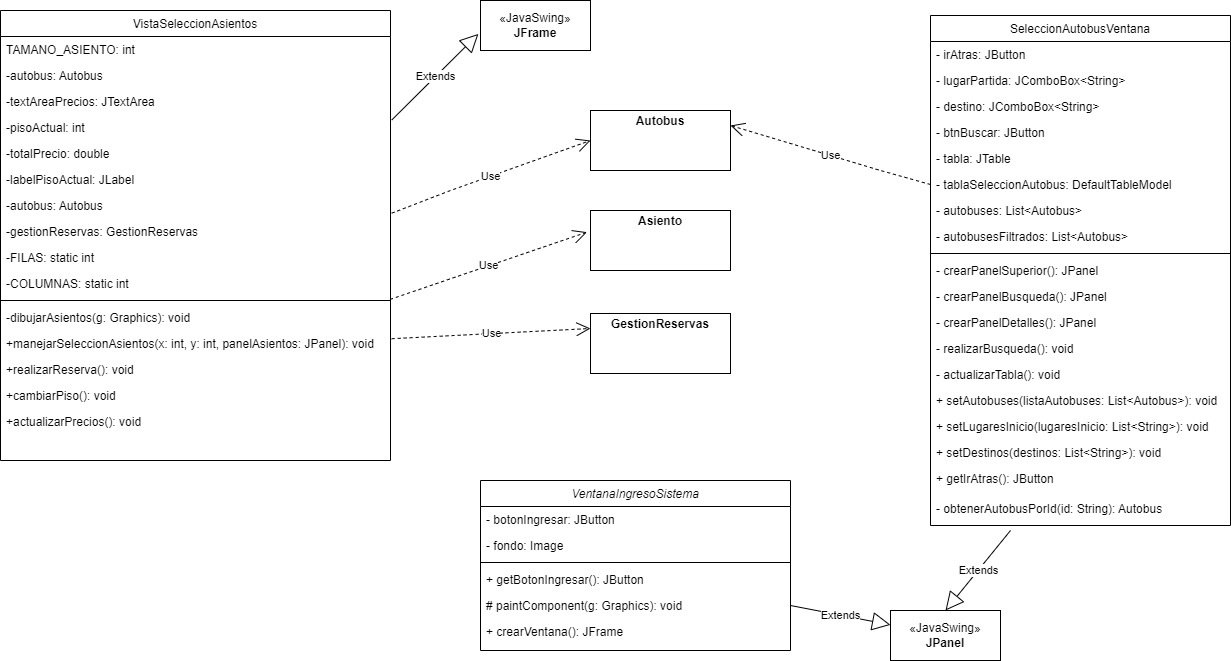
This is Diagrama_Vista.drawio.png from joflores02/proyectoFinalP2, a draw.io export, as it was before one commit. Source tidied: cells renumbered, new cells last; positions are measured from the earlier drawing's top-left corner, leaving out a move shared by most shapes.
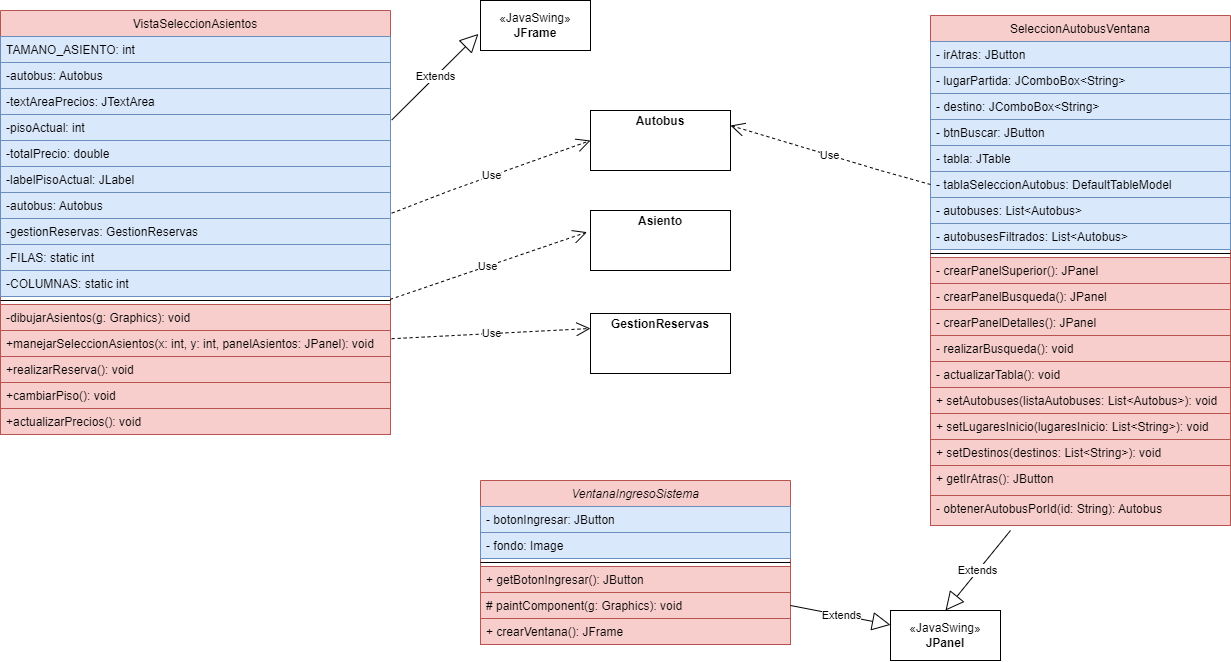
After the change.

Commit message:
Vista_UML

What changed in the source:
```diff
@@ -2,136 +2,136 @@
   <root>
     <mxCell id="0" />
     <mxCell id="1" parent="0" />
-    <mxCell id="2" value="VistaSeleccionAsientos" style="swimlane;fontStyle=0;align=center;verticalAlign=top;horizontal=1;startSize=26;rounded=0;shadow=0;strokeWidth=1;" parent="1" vertex="1">
-      <mxGeometry y="10" width="390" height="450" as="geometry" />
+    <mxCell id="2" value="VistaSeleccionAsientos" style="swimlane;fontStyle=0;align=center;verticalAlign=top;horizontal=1;startSize=26;rounded=0;shadow=0;strokeWidth=1;fillColor=#f8cecc;strokeColor=#b85450;" parent="1" vertex="1">
+      <mxGeometry y="10" width="390" height="424" as="geometry" />
     </mxCell>
-    <mxCell id="3" value="TAMANO_ASIENTO: int" style="text;align=left;verticalAlign=top;spacingLeft=4;spacingRight=4;overflow=hidden;" parent="2" vertex="1">
+    <mxCell id="3" value="TAMANO_ASIENTO: int" style="text;align=left;verticalAlign=top;spacingLeft=4;spacingRight=4;overflow=hidden;fillColor=#dae8fc;strokeColor=#6c8ebf;" parent="2" vertex="1">
       <mxGeometry y="26" width="390" height="26" as="geometry" />
     </mxCell>
-    <mxCell id="4" value="-autobus: Autobus" style="text;align=left;verticalAlign=top;spacingLeft=4;spacingRight=4;overflow=hidden;rounded=0;shadow=0;html=0;" parent="2" vertex="1">
+    <mxCell id="4" value="-autobus: Autobus" style="text;align=left;verticalAlign=top;spacingLeft=4;spacingRight=4;overflow=hidden;rounded=0;shadow=0;html=0;fillColor=#dae8fc;strokeColor=#6c8ebf;" parent="2" vertex="1">
       <mxGeometry y="52" width="390" height="26" as="geometry" />
     </mxCell>
-    <mxCell id="5" value="-textAreaPrecios: JTextArea" style="text;align=left;verticalAlign=top;spacingLeft=4;spacingRight=4;overflow=hidden;rounded=0;shadow=0;html=0;" parent="2" vertex="1">
+    <mxCell id="5" value="-textAreaPrecios: JTextArea" style="text;align=left;verticalAlign=top;spacingLeft=4;spacingRight=4;overflow=hidden;rounded=0;shadow=0;html=0;fillColor=#dae8fc;strokeColor=#6c8ebf;" parent="2" vertex="1">
       <mxGeometry y="78" width="390" height="26" as="geometry" />
     </mxCell>
-    <mxCell id="6" value="-pisoActual: int" style="text;align=left;verticalAlign=top;spacingLeft=4;spacingRight=4;overflow=hidden;points=[[0,0.5],[1,0.5]];portConstraint=eastwest;rounded=0;shadow=0;html=0;" parent="2" vertex="1">
+    <mxCell id="6" value="-pisoActual: int" style="text;align=left;verticalAlign=top;spacingLeft=4;spacingRight=4;overflow=hidden;points=[[0,0.5],[1,0.5]];portConstraint=eastwest;rounded=0;shadow=0;html=0;fillColor=#dae8fc;strokeColor=#6c8ebf;" parent="2" vertex="1">
       <mxGeometry y="104" width="390" height="26" as="geometry" />
     </mxCell>
-    <mxCell id="7" value="-totalPrecio: double" style="text;align=left;verticalAlign=top;spacingLeft=4;spacingRight=4;overflow=hidden;rounded=0;shadow=0;html=0;" parent="2" vertex="1">
+    <mxCell id="7" value="-totalPrecio: double" style="text;align=left;verticalAlign=top;spacingLeft=4;spacingRight=4;overflow=hidden;rounded=0;shadow=0;html=0;fillColor=#dae8fc;strokeColor=#6c8ebf;" parent="2" vertex="1">
       <mxGeometry y="130" width="390" height="26" as="geometry" />
     </mxCell>
-    <mxCell id="8" value="-labelPisoActual: JLabel" style="text;align=left;verticalAlign=top;spacingLeft=4;spacingRight=4;overflow=hidden;rounded=0;shadow=0;html=0;" parent="2" vertex="1">
+    <mxCell id="8" value="-labelPisoActual: JLabel" style="text;align=left;verticalAlign=top;spacingLeft=4;spacingRight=4;overflow=hidden;rounded=0;shadow=0;html=0;fillColor=#dae8fc;strokeColor=#6c8ebf;" parent="2" vertex="1">
       <mxGeometry y="156" width="390" height="26" as="geometry" />
     </mxCell>
-    <mxCell id="9" value="-autobus: Autobus" style="text;align=left;verticalAlign=top;spacingLeft=4;spacingRight=4;overflow=hidden;points=[[0,0.5],[1,0.5]];portConstraint=eastwest;rounded=0;shadow=0;html=0;" parent="2" vertex="1">
+    <mxCell id="9" value="-autobus: Autobus" style="text;align=left;verticalAlign=top;spacingLeft=4;spacingRight=4;overflow=hidden;points=[[0,0.5],[1,0.5]];portConstraint=eastwest;rounded=0;shadow=0;html=0;fillColor=#dae8fc;strokeColor=#6c8ebf;" parent="2" vertex="1">
       <mxGeometry y="182" width="390" height="26" as="geometry" />
     </mxCell>
-    <mxCell id="10" value="-gestionReservas: GestionReservas" style="text;align=left;verticalAlign=top;spacingLeft=4;spacingRight=4;overflow=hidden;rounded=0;shadow=0;html=0;" parent="2" vertex="1">
+    <mxCell id="10" value="-gestionReservas: GestionReservas" style="text;align=left;verticalAlign=top;spacingLeft=4;spacingRight=4;overflow=hidden;rounded=0;shadow=0;html=0;fillColor=#dae8fc;strokeColor=#6c8ebf;" parent="2" vertex="1">
       <mxGeometry y="208" width="390" height="26" as="geometry" />
     </mxCell>
-    <mxCell id="11" value="-FILAS: static int" style="text;align=left;verticalAlign=top;spacingLeft=4;spacingRight=4;overflow=hidden;rounded=0;shadow=0;html=0;" parent="2" vertex="1">
+    <mxCell id="11" value="-FILAS: static int" style="text;align=left;verticalAlign=top;spacingLeft=4;spacingRight=4;overflow=hidden;rounded=0;shadow=0;html=0;fillColor=#dae8fc;strokeColor=#6c8ebf;" parent="2" vertex="1">
       <mxGeometry y="234" width="390" height="26" as="geometry" />
     </mxCell>
-    <mxCell id="12" value="-COLUMNAS: static int" style="text;align=left;verticalAlign=top;spacingLeft=4;spacingRight=4;overflow=hidden;rounded=0;shadow=0;html=0;" parent="2" vertex="1">
+    <mxCell id="12" value="-COLUMNAS: static int" style="text;align=left;verticalAlign=top;spacingLeft=4;spacingRight=4;overflow=hidden;rounded=0;shadow=0;html=0;fillColor=#dae8fc;strokeColor=#6c8ebf;" parent="2" vertex="1">
       <mxGeometry y="260" width="390" height="26" as="geometry" />
     </mxCell>
     <mxCell id="13" style="line;html=1;strokeWidth=1;align=left;verticalAlign=middle;spacingTop=-1;spacingLeft=3;spacingRight=3;labelPosition=right;points=[];portConstraint=eastwest;" parent="2" vertex="1">
       <mxGeometry y="286" width="390" height="8" as="geometry" />
     </mxCell>
-    <mxCell id="14" value="-dibujarAsientos(g: Graphics): void" style="text;align=left;verticalAlign=top;spacingLeft=4;spacingRight=4;overflow=hidden;" parent="2" vertex="1">
+    <mxCell id="14" value="-dibujarAsientos(g: Graphics): void" style="text;align=left;verticalAlign=top;spacingLeft=4;spacingRight=4;overflow=hidden;fillColor=#f8cecc;strokeColor=#b85450;" parent="2" vertex="1">
       <mxGeometry y="294" width="390" height="26" as="geometry" />
     </mxCell>
-    <mxCell id="15" value="+manejarSeleccionAsientos(x: int, y: int, panelAsientos: JPanel): void" style="text;align=left;verticalAlign=top;spacingLeft=4;spacingRight=4;overflow=hidden;points=[[0,0.5],[1,0.5]];portConstraint=eastwest;" parent="2" vertex="1">
+    <mxCell id="15" value="+manejarSeleccionAsientos(x: int, y: int, panelAsientos: JPanel): void" style="text;align=left;verticalAlign=top;spacingLeft=4;spacingRight=4;overflow=hidden;points=[[0,0.5],[1,0.5]];portConstraint=eastwest;fillColor=#f8cecc;strokeColor=#b85450;" parent="2" vertex="1">
       <mxGeometry y="320" width="390" height="26" as="geometry" />
     </mxCell>
-    <mxCell id="16" value="+realizarReserva(): void" style="text;align=left;verticalAlign=top;spacingLeft=4;spacingRight=4;overflow=hidden;" parent="2" vertex="1">
+    <mxCell id="16" value="+realizarReserva(): void" style="text;align=left;verticalAlign=top;spacingLeft=4;spacingRight=4;overflow=hidden;fillColor=#f8cecc;strokeColor=#b85450;" parent="2" vertex="1">
       <mxGeometry y="346" width="390" height="26" as="geometry" />
     </mxCell>
-    <mxCell id="17" value="+cambiarPiso(): void" style="text;align=left;verticalAlign=top;spacingLeft=4;spacingRight=4;overflow=hidden;" parent="2" vertex="1">
+    <mxCell id="17" value="+cambiarPiso(): void" style="text;align=left;verticalAlign=top;spacingLeft=4;spacingRight=4;overflow=hidden;fillColor=#f8cecc;strokeColor=#b85450;" parent="2" vertex="1">
       <mxGeometry y="372" width="390" height="26" as="geometry" />
     </mxCell>
-    <mxCell id="18" value="+actualizarPrecios(): void" style="text;align=left;verticalAlign=top;spacingLeft=4;spacingRight=4;overflow=hidden;" parent="2" vertex="1">
+    <mxCell id="18" value="+actualizarPrecios(): void" style="text;align=left;verticalAlign=top;spacingLeft=4;spacingRight=4;overflow=hidden;fillColor=#f8cecc;strokeColor=#b85450;" parent="2" vertex="1">
       <mxGeometry y="398" width="390" height="26" as="geometry" />
     </mxCell>
-    <mxCell id="19" value=" SeleccionAutobusVentana" style="swimlane;fontStyle=0;align=center;verticalAlign=top;horizontal=1;startSize=26;rounded=0;shadow=0;strokeWidth=1;" parent="1" vertex="1">
+    <mxCell id="19" value=" SeleccionAutobusVentana" style="swimlane;fontStyle=0;align=center;verticalAlign=top;horizontal=1;startSize=26;rounded=0;shadow=0;strokeWidth=1;fillColor=#f8cecc;strokeColor=#b85450;" parent="1" vertex="1">
       <mxGeometry x="930" y="15" width="300" height="510" as="geometry" />
     </mxCell>
-    <mxCell id="20" value="- irAtras: JButton" style="text;align=left;verticalAlign=top;spacingLeft=4;spacingRight=4;overflow=hidden;" parent="19" vertex="1">
+    <mxCell id="20" value="- irAtras: JButton" style="text;align=left;verticalAlign=top;spacingLeft=4;spacingRight=4;overflow=hidden;fillColor=#dae8fc;strokeColor=#6c8ebf;" parent="19" vertex="1">
       <mxGeometry y="26" width="300" height="26" as="geometry" />
     </mxCell>
-    <mxCell id="21" value="- lugarPartida: JComboBox&lt;String&gt;" style="text;align=left;verticalAlign=top;spacingLeft=4;spacingRight=4;overflow=hidden;rounded=0;shadow=0;html=0;" parent="19" vertex="1">
+    <mxCell id="21" value="- lugarPartida: JComboBox&lt;String&gt;" style="text;align=left;verticalAlign=top;spacingLeft=4;spacingRight=4;overflow=hidden;rounded=0;shadow=0;html=0;fillColor=#dae8fc;strokeColor=#6c8ebf;" parent="19" vertex="1">
       <mxGeometry y="52" width="300" height="26" as="geometry" />
     </mxCell>
-    <mxCell id="22" value="- destino: JComboBox&lt;String&gt;" style="text;align=left;verticalAlign=top;spacingLeft=4;spacingRight=4;overflow=hidden;rounded=0;shadow=0;html=0;" parent="19" vertex="1">
+    <mxCell id="22" value="- destino: JComboBox&lt;String&gt;" style="text;align=left;verticalAlign=top;spacingLeft=4;spacingRight=4;overflow=hidden;rounded=0;shadow=0;html=0;fillColor=#dae8fc;strokeColor=#6c8ebf;" parent="19" vertex="1">
       <mxGeometry y="78" width="300" height="26" as="geometry" />
     </mxCell>
-    <mxCell id="23" value="- btnBuscar: JButton" style="text;align=left;verticalAlign=top;spacingLeft=4;spacingRight=4;overflow=hidden;rounded=0;shadow=0;html=0;" parent="19" vertex="1">
+    <mxCell id="23" value="- btnBuscar: JButton" style="text;align=left;verticalAlign=top;spacingLeft=4;spacingRight=4;overflow=hidden;rounded=0;shadow=0;html=0;fillColor=#dae8fc;strokeColor=#6c8ebf;" parent="19" vertex="1">
       <mxGeometry y="104" width="300" height="26" as="geometry" />
     </mxCell>
-    <mxCell id="24" value="- tabla: JTable" style="text;align=left;verticalAlign=top;spacingLeft=4;spacingRight=4;overflow=hidden;rounded=0;shadow=0;html=0;" parent="19" vertex="1">
+    <mxCell id="24" value="- tabla: JTable" style="text;align=left;verticalAlign=top;spacingLeft=4;spacingRight=4;overflow=hidden;rounded=0;shadow=0;html=0;fillColor=#dae8fc;strokeColor=#6c8ebf;" parent="19" vertex="1">
       <mxGeometry y="130" width="300" height="26" as="geometry" />
     </mxCell>
-    <mxCell id="25" value="- tablaSeleccionAutobus: DefaultTableModel" style="text;align=left;verticalAlign=top;spacingLeft=4;spacingRight=4;overflow=hidden;points=[[0,0.5],[1,0.5]];portConstraint=eastwest;rounded=0;shadow=0;html=0;" parent="19" vertex="1">
+    <mxCell id="25" value="- tablaSeleccionAutobus: DefaultTableModel" style="text;align=left;verticalAlign=top;spacingLeft=4;spacingRight=4;overflow=hidden;points=[[0,0.5],[1,0.5]];portConstraint=eastwest;rounded=0;shadow=0;html=0;fillColor=#dae8fc;strokeColor=#6c8ebf;" parent="19" vertex="1">
       <mxGeometry y="156" width="300" height="26" as="geometry" />
     </mxCell>
-    <mxCell id="26" value="- autobuses: List&lt;Autobus&gt;" style="text;align=left;verticalAlign=top;spacingLeft=4;spacingRight=4;overflow=hidden;rounded=0;shadow=0;html=0;" parent="19" vertex="1">
+    <mxCell id="26" value="- autobuses: List&lt;Autobus&gt;" style="text;align=left;verticalAlign=top;spacingLeft=4;spacingRight=4;overflow=hidden;rounded=0;shadow=0;html=0;fillColor=#dae8fc;strokeColor=#6c8ebf;" parent="19" vertex="1">
       <mxGeometry y="182" width="300" height="26" as="geometry" />
     </mxCell>
-    <mxCell id="27" value="- autobusesFiltrados: List&lt;Autobus&gt;" style="text;align=left;verticalAlign=top;spacingLeft=4;spacingRight=4;overflow=hidden;rounded=0;shadow=0;html=0;" parent="19" vertex="1">
+    <mxCell id="27" value="- autobusesFiltrados: List&lt;Autobus&gt;" style="text;align=left;verticalAlign=top;spacingLeft=4;spacingRight=4;overflow=hidden;rounded=0;shadow=0;html=0;fillColor=#dae8fc;strokeColor=#6c8ebf;" parent="19" vertex="1">
       <mxGeometry y="208" width="300" height="26" as="geometry" />
     </mxCell>
     <mxCell id="28" style="line;html=1;strokeWidth=1;align=left;verticalAlign=middle;spacingTop=-1;spacingLeft=3;spacingRight=3;labelPosition=right;" parent="19" vertex="1">
       <mxGeometry y="234" width="300" height="8" as="geometry" />
     </mxCell>
-    <mxCell id="29" value="- crearPanelSuperior(): JPanel" style="text;align=left;verticalAlign=top;spacingLeft=4;spacingRight=4;overflow=hidden;" parent="19" vertex="1">
+    <mxCell id="29" value="- crearPanelSuperior(): JPanel" style="text;align=left;verticalAlign=top;spacingLeft=4;spacingRight=4;overflow=hidden;fillColor=#f8cecc;strokeColor=#b85450;" parent="19" vertex="1">
       <mxGeometry y="242" width="300" height="26" as="geometry" />
     </mxCell>
-    <mxCell id="30" value="- crearPanelBusqueda(): JPanel" style="text;align=left;verticalAlign=top;spacingLeft=4;spacingRight=4;overflow=hidden;" parent="19" vertex="1">
+    <mxCell id="30" value="- crearPanelBusqueda(): JPanel" style="text;align=left;verticalAlign=top;spacingLeft=4;spacingRight=4;overflow=hidden;fillColor=#f8cecc;strokeColor=#b85450;" parent="19" vertex="1">
       <mxGeometry y="268" width="300" height="26" as="geometry" />
     </mxCell>
-    <mxCell id="31" value="- crearPanelDetalles(): JPanel" style="text;align=left;verticalAlign=top;spacingLeft=4;spacingRight=4;overflow=hidden;" parent="19" vertex="1">
+    <mxCell id="31" value="- crearPanelDetalles(): JPanel" style="text;align=left;verticalAlign=top;spacingLeft=4;spacingRight=4;overflow=hidden;fillColor=#f8cecc;strokeColor=#b85450;" parent="19" vertex="1">
       <mxGeometry y="294" width="300" height="26" as="geometry" />
     </mxCell>
-    <mxCell id="32" value="- realizarBusqueda(): void" style="text;align=left;verticalAlign=top;spacingLeft=4;spacingRight=4;overflow=hidden;" parent="19" vertex="1">
+    <mxCell id="32" value="- realizarBusqueda(): void" style="text;align=left;verticalAlign=top;spacingLeft=4;spacingRight=4;overflow=hidden;fillColor=#f8cecc;strokeColor=#b85450;" parent="19" vertex="1">
       <mxGeometry y="320" width="300" height="26" as="geometry" />
     </mxCell>
-    <mxCell id="33" value="- actualizarTabla(): void" style="text;align=left;verticalAlign=top;spacingLeft=4;spacingRight=4;overflow=hidden;" parent="19" vertex="1">
+    <mxCell id="33" value="- actualizarTabla(): void" style="text;align=left;verticalAlign=top;spacingLeft=4;spacingRight=4;overflow=hidden;fillColor=#f8cecc;strokeColor=#b85450;" parent="19" vertex="1">
       <mxGeometry y="346" width="300" height="26" as="geometry" />
     </mxCell>
-    <mxCell id="34" value="+ setAutobuses(listaAutobuses: List&lt;Autobus&gt;): void" style="text;align=left;verticalAlign=top;spacingLeft=4;spacingRight=4;overflow=hidden;" parent="19" vertex="1">
+    <mxCell id="34" value="+ setAutobuses(listaAutobuses: List&lt;Autobus&gt;): void" style="text;align=left;verticalAlign=top;spacingLeft=4;spacingRight=4;overflow=hidden;fillColor=#f8cecc;strokeColor=#b85450;" parent="19" vertex="1">
       <mxGeometry y="372" width="300" height="26" as="geometry" />
     </mxCell>
-    <mxCell id="35" value="+ setLugaresInicio(lugaresInicio: List&lt;String&gt;): void" style="text;align=left;verticalAlign=top;spacingLeft=4;spacingRight=4;overflow=hidden;" parent="19" vertex="1">
+    <mxCell id="35" value="+ setLugaresInicio(lugaresInicio: List&lt;String&gt;): void" style="text;align=left;verticalAlign=top;spacingLeft=4;spacingRight=4;overflow=hidden;fillColor=#f8cecc;strokeColor=#b85450;" parent="19" vertex="1">
       <mxGeometry y="398" width="300" height="26" as="geometry" />
     </mxCell>
-    <mxCell id="36" value="+ setDestinos(destinos: List&lt;String&gt;): void" style="text;align=left;verticalAlign=top;spacingLeft=4;spacingRight=4;overflow=hidden;" parent="19" vertex="1">
+    <mxCell id="36" value="+ setDestinos(destinos: List&lt;String&gt;): void" style="text;align=left;verticalAlign=top;spacingLeft=4;spacingRight=4;overflow=hidden;fillColor=#f8cecc;strokeColor=#b85450;" parent="19" vertex="1">
       <mxGeometry y="424" width="300" height="26" as="geometry" />
     </mxCell>
-    <mxCell id="37" value="+ getIrAtras(): JButton" style="text;align=left;verticalAlign=top;spacingLeft=4;spacingRight=4;overflow=hidden;" parent="19" vertex="1">
+    <mxCell id="37" value="+ getIrAtras(): JButton" style="text;align=left;verticalAlign=top;spacingLeft=4;spacingRight=4;overflow=hidden;fillColor=#f8cecc;strokeColor=#b85450;" parent="19" vertex="1">
       <mxGeometry y="450" width="300" height="30" as="geometry" />
     </mxCell>
-    <mxCell id="38" value="- obtenerAutobusPorId(id: String): Autobus" style="text;align=left;verticalAlign=top;spacingLeft=4;spacingRight=4;overflow=hidden;" parent="19" vertex="1">
+    <mxCell id="38" value="- obtenerAutobusPorId(id: String): Autobus" style="text;align=left;verticalAlign=top;spacingLeft=4;spacingRight=4;overflow=hidden;fillColor=#f8cecc;strokeColor=#b85450;" parent="19" vertex="1">
       <mxGeometry y="480" width="300" height="30" as="geometry" />
     </mxCell>
-    <mxCell id="39" value="VentanaIngresoSistema" style="swimlane;fontStyle=2;align=center;verticalAlign=top;horizontal=1;startSize=26;rounded=0;shadow=0;strokeWidth=1;" parent="1" vertex="1">
-      <mxGeometry x="480" y="480" width="310" height="170" as="geometry" />
+    <mxCell id="39" value="VentanaIngresoSistema" style="swimlane;fontStyle=2;align=center;verticalAlign=top;horizontal=1;startSize=26;rounded=0;shadow=0;strokeWidth=1;fillColor=#f8cecc;strokeColor=#b85450;" parent="1" vertex="1">
+      <mxGeometry x="480" y="480" width="310" height="164" as="geometry" />
     </mxCell>
-    <mxCell id="40" value="- botonIngresar: JButton" style="text;align=left;verticalAlign=top;spacingLeft=4;spacingRight=4;overflow=hidden;" parent="39" vertex="1">
+    <mxCell id="40" value="- botonIngresar: JButton" style="text;align=left;verticalAlign=top;spacingLeft=4;spacingRight=4;overflow=hidden;fillColor=#dae8fc;strokeColor=#6c8ebf;" parent="39" vertex="1">
       <mxGeometry y="26" width="310" height="26" as="geometry" />
     </mxCell>
-    <mxCell id="41" value="- fondo: Image" style="text;align=left;verticalAlign=top;spacingLeft=4;spacingRight=4;overflow=hidden;rounded=0;shadow=0;html=0;" parent="39" vertex="1">
+    <mxCell id="41" value="- fondo: Image" style="text;align=left;verticalAlign=top;spacingLeft=4;spacingRight=4;overflow=hidden;rounded=0;shadow=0;html=0;fillColor=#dae8fc;strokeColor=#6c8ebf;" parent="39" vertex="1">
       <mxGeometry y="52" width="310" height="26" as="geometry" />
     </mxCell>
     <mxCell id="42" style="line;html=1;strokeWidth=1;align=left;verticalAlign=middle;spacingTop=-1;spacingLeft=3;spacingRight=3;labelPosition=right;" parent="39" vertex="1">
       <mxGeometry y="78" width="310" height="8" as="geometry" />
     </mxCell>
-    <mxCell id="43" value="+ getBotonIngresar(): JButton" style="text;align=left;verticalAlign=top;spacingLeft=4;spacingRight=4;overflow=hidden;" parent="39" vertex="1">
+    <mxCell id="43" value="+ getBotonIngresar(): JButton" style="text;align=left;verticalAlign=top;spacingLeft=4;spacingRight=4;overflow=hidden;fillColor=#f8cecc;strokeColor=#b85450;" parent="39" vertex="1">
       <mxGeometry y="86" width="310" height="26" as="geometry" />
     </mxCell>
-    <mxCell id="44" value="# paintComponent(g: Graphics): void" style="text;align=left;verticalAlign=top;spacingLeft=4;spacingRight=4;overflow=hidden;points=[[0,0.5],[1,0.5]];portConstraint=eastwest;" parent="39" vertex="1">
+    <mxCell id="44" value="# paintComponent(g: Graphics): void" style="text;align=left;verticalAlign=top;spacingLeft=4;spacingRight=4;overflow=hidden;points=[[0,0.5],[1,0.5]];portConstraint=eastwest;fillColor=#f8cecc;strokeColor=#b85450;" parent="39" vertex="1">
       <mxGeometry y="112" width="310" height="26" as="geometry" />
     </mxCell>
-    <mxCell id="45" value="+ crearVentana(): JFrame" style="text;align=left;verticalAlign=top;spacingLeft=4;spacingRight=4;overflow=hidden;" parent="39" vertex="1">
+    <mxCell id="45" value="+ crearVentana(): JFrame" style="text;align=left;verticalAlign=top;spacingLeft=4;spacingRight=4;overflow=hidden;fillColor=#f8cecc;strokeColor=#b85450;" parent="39" vertex="1">
       <mxGeometry y="138" width="310" height="26" as="geometry" />
     </mxCell>
     <mxCell id="46" value="«JavaSwing»&lt;br&gt;&lt;b&gt;JFrame&lt;/b&gt;" style="html=1;whiteSpace=wrap;" parent="1" vertex="1">
```
